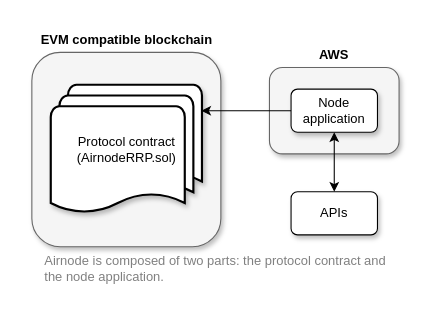
api3dao/old-api3-docs keeps this draw.io diagram as docs/next/assets/diagrams/airnode-is-2-parts.drawio. Above is the earlier version. Source tidied: cells renumbered, new cells numbered last; positions are measured from the earlier drawing's top-left corner, leaving out a move shared by most shapes. Both pictures are drawn from the tidied source at 108%, with x=0, y=0 at pixel (18, 29).
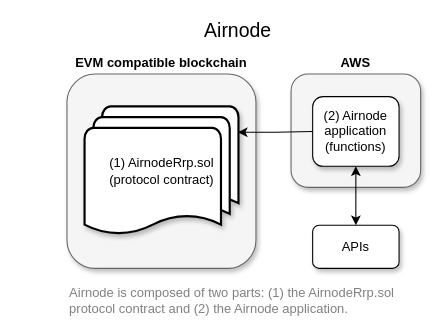
After the change.

The edit, as a diff of the source:
```diff
@@
 <mxGraphModel>
   <root>
     <mxCell id="0" />
     <mxCell id="1" parent="0" />
     <mxCell id="2" style="rounded=1;whiteSpace=wrap;html=1;fillColor=#f5f5f5;strokeColor=#666666;fontColor=#333333;shadow=1;" parent="1" vertex="1">
-      <mxGeometry x="232" y="35" width="120" height="80" as="geometry" />
+      <mxGeometry x="252" y="41" width="120" height="105" as="geometry" />
     </mxCell>
     <mxCell id="3" value="APIs" style="rounded=1;whiteSpace=wrap;html=1;shadow=1;" parent="1" vertex="1">
-      <mxGeometry x="252" y="150" width="80" height="40" as="geometry" />
+      <mxGeometry x="272" y="181" width="80" height="40" as="geometry" />
     </mxCell>
     <mxCell id="4" style="edgeStyle=orthogonalEdgeStyle;rounded=0;jettySize=auto;html=1;entryX=0.5;entryY=0;entryDx=0;entryDy=0;startArrow=classic;startFill=1;" parent="1" edge="1" source="5" target="3">
       <mxGeometry relative="1" as="geometry" />
     </mxCell>
-    <mxCell id="5" value="Node application" style="rounded=1;whiteSpace=wrap;html=1;shadow=1;" parent="1" vertex="1">
-      <mxGeometry x="252" y="55" width="80" height="40" as="geometry" />
+    <mxCell id="5" value="(2) Airnode&lt;br&gt;application&lt;br&gt;(functions)" style="rounded=1;whiteSpace=wrap;html=1;shadow=1;" parent="1" vertex="1">
+      <mxGeometry x="272" y="62" width="80" height="64.5" as="geometry" />
     </mxCell>
     <mxCell id="6" style="rounded=1;whiteSpace=wrap;html=1;fillColor=#f5f5f5;strokeColor=#666666;fontColor=#333333;shadow=1;" parent="1" vertex="1">
-      <mxGeometry x="12" y="21" width="175" height="180" as="geometry" />
+      <mxGeometry x="44.5" y="41" width="175" height="180" as="geometry" />
     </mxCell>
     <mxCell id="7" value="&lt;b&gt;EVM compatible blockchain&lt;/b&gt;" style="text;html=1;strokeColor=none;fillColor=none;align=center;verticalAlign=middle;whiteSpace=wrap;rounded=0;" parent="1" vertex="1">
-      <mxGeometry x="-0.5" width="200" height="20" as="geometry" />
+      <mxGeometry x="32" y="21" width="200" height="20" as="geometry" />
     </mxCell>
     <mxCell id="8" style="edgeStyle=orthogonalEdgeStyle;rounded=0;jettySize=auto;html=1;exitX=0.996;exitY=0.2;exitDx=0;exitDy=0;exitPerimeter=0;entryX=0;entryY=0.5;entryDx=0;entryDy=0;startArrow=classic;startFill=1;strokeColor=#000000;endArrow=none;endFill=0;" parent="1" edge="1" source="9" target="5">
       <mxGeometry relative="1" as="geometry" />
     </mxCell>
-    <mxCell id="9" value="Protocol contract&lt;br&gt;(AirnodeRRP.sol)" style="strokeWidth=2;html=1;shape=mxgraph.flowchart.multi-document;whiteSpace=wrap;shadow=1;" parent="1" vertex="1">
-      <mxGeometry x="29.5" y="51" width="140" height="120" as="geometry" />
+    <mxCell id="9" value="(1) AirnodeRrp.sol&lt;br&gt;(protocol contract)" style="strokeWidth=2;html=1;shape=mxgraph.flowchart.multi-document;whiteSpace=wrap;shadow=1;" parent="1" vertex="1">
+      <mxGeometry x="60.8" y="71" width="142.5" height="120" as="geometry" />
     </mxCell>
     <mxCell id="10" value="&lt;b&gt;AWS&lt;/b&gt;" style="text;html=1;strokeColor=none;fillColor=none;align=center;verticalAlign=middle;whiteSpace=wrap;rounded=0;" parent="1" vertex="1">
-      <mxGeometry x="272" y="14" width="40" height="20" as="geometry" />
+      <mxGeometry x="292" y="21" width="40" height="20" as="geometry" />
     </mxCell>
-    <mxCell id="11" value="&lt;font color=&quot;#808080&quot;&gt;Airnode is composed of two parts: the protocol contract and the node application.&lt;/font&gt;" style="text;html=1;strokeColor=none;fillColor=none;align=left;verticalAlign=middle;whiteSpace=wrap;rounded=0;" parent="1" vertex="1">
-      <mxGeometry x="22" y="211" width="330" height="20" as="geometry" />
+    <mxCell id="11" value="&lt;font color=&quot;#808080&quot;&gt;Airnode is composed of two parts: (1) the AirnodeRrp.sol protocol contract and (2) the Airnode application.&lt;/font&gt;" style="text;html=1;strokeColor=none;fillColor=none;align=left;verticalAlign=middle;whiteSpace=wrap;rounded=0;" parent="1" vertex="1">
+      <mxGeometry x="44.5" y="241" width="330" height="20" as="geometry" />
     </mxCell>
+    <mxCell id="12" value="&lt;font style=&quot;font-size: 18px&quot;&gt;Airnode&lt;/font&gt;" style="text;html=1;strokeColor=none;fillColor=none;align=center;verticalAlign=middle;whiteSpace=wrap;rounded=0;" parent="1" vertex="1">
+      <mxGeometry x="183.2" y="-9" width="40" height="20" as="geometry" />
+    </mxCell>
   </root>
 </mxGraphModel>
```
